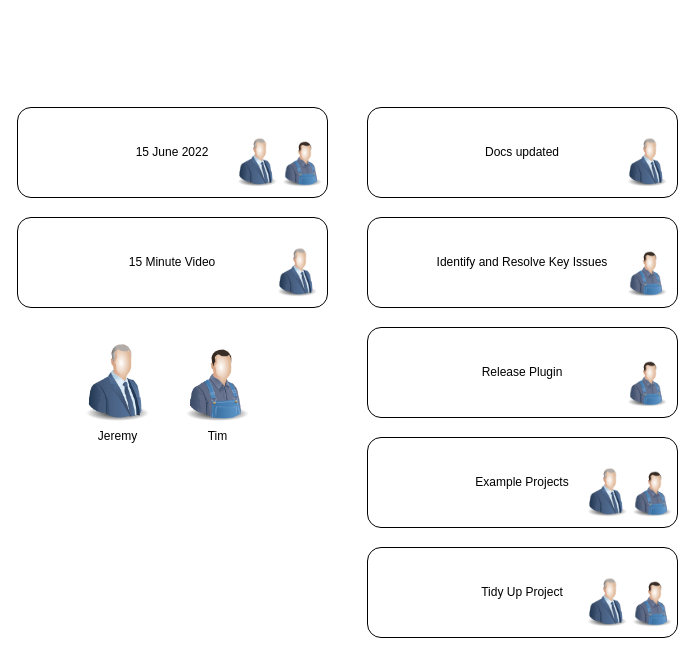
timlinux/QGISAnimationWorkbench keeps this draw.io diagram as page "Big Objectives" (1 of 2) of resources/diagrams/QGISAnimationWorkbenchDiagrams.drawio. Above is the earlier version. Source tidied: cells renumbered, new cells numbered last; positions are measured from the earlier drawing's top-left corner, leaving out a move shared by most shapes. Both pictures are drawn from the tidied source at 100%, with x=0, y=0 at pixel (17, 107).
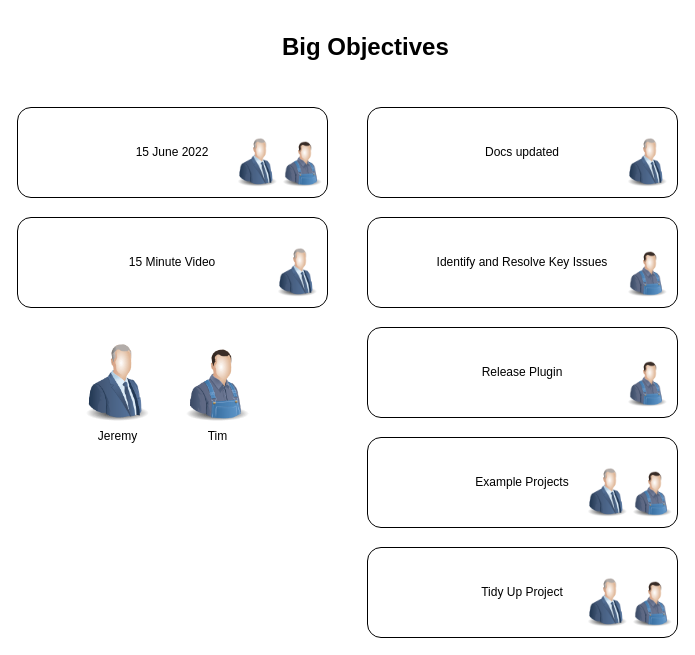
Above is the later version.

The edit, as a diff of the source:
```diff
@@
+    <mxCell id="21" value="&lt;h1&gt;Big Objectives&lt;/h1&gt;" style="text;html=1;strokeColor=none;fillColor=none;spacing=5;spacingTop=-20;whiteSpace=wrap;overflow=hidden;rounded=0;" parent="1" vertex="1">
+      <mxGeometry x="260" y="-80" width="210" height="40" as="geometry" />
+    </mxCell>
```
